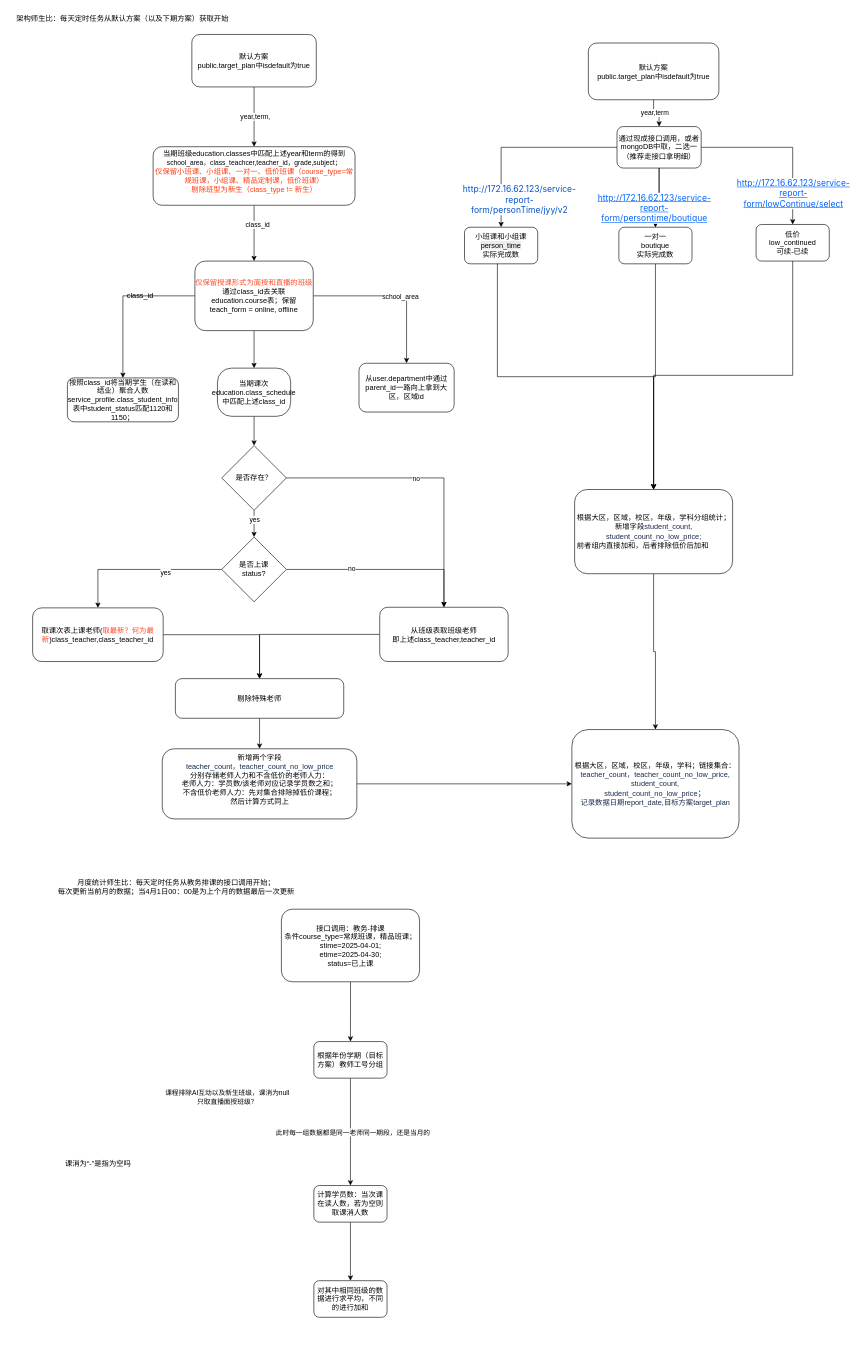
This is 师生比程序流图.drawio from KinMan-ZHR/picture-bed, a draw.io file, before an edit. Source tidied: cells renumbered, new cells numbered last; positions are measured from the earlier drawing's top-left corner, leaving out a move shared by most shapes. Both pictures are drawn from the tidied source at 61%, with x=0, y=0 at pixel (10, 10).
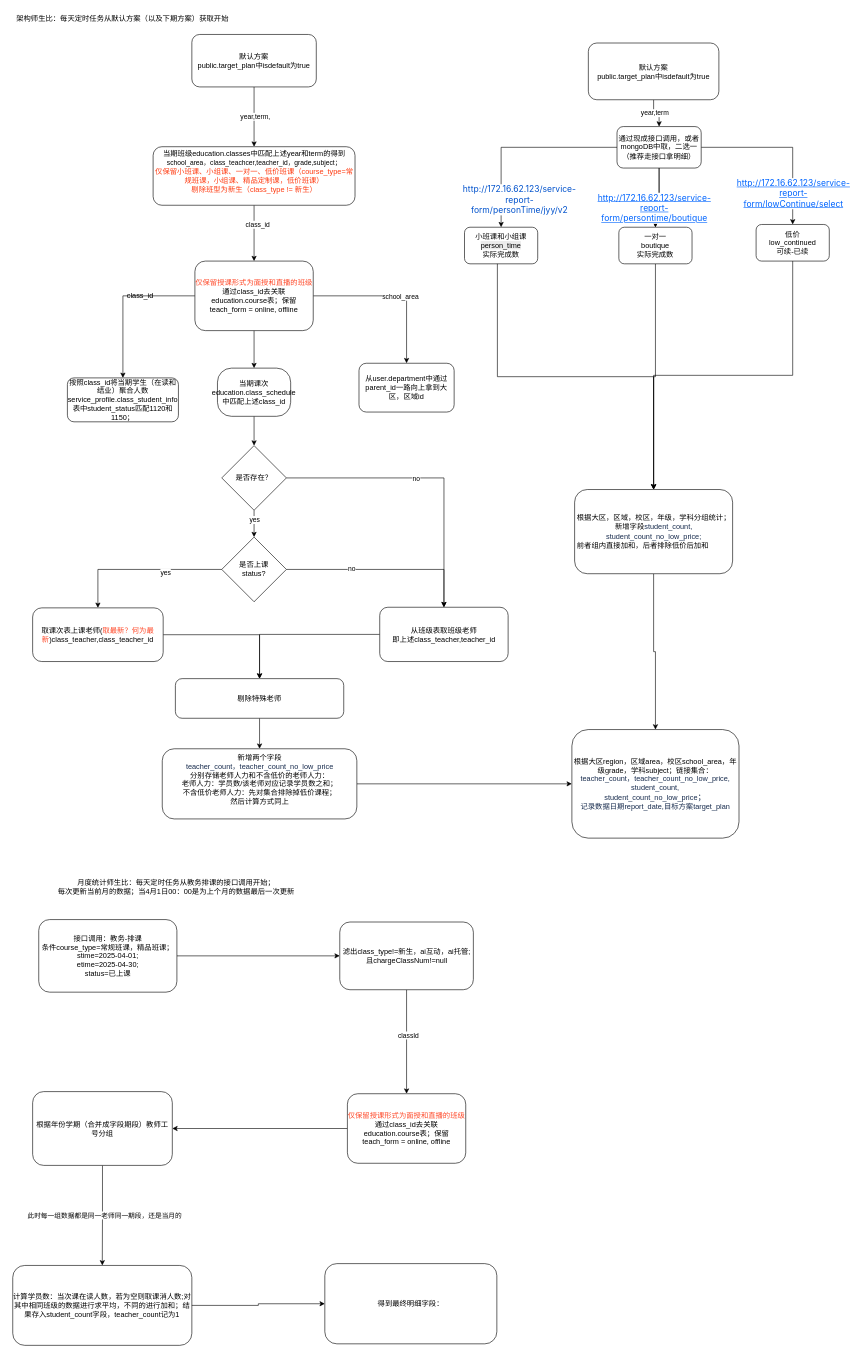
Above is the later version.

Commit message (it also covers changes not shown here):
更新师生比程序流图.drawio

What changed in the source:
```diff
@@
-    <mxCell id="9" style="edgeStyle=orthogonalEdgeStyle;rounded=0;jettySize=auto;html=1;" parent="1" edge="1" source="10" target="14">
+    <mxCell id="9" style="edgeStyle=orthogonalEdgeStyle;rounded=0;jettySize=auto;html=1;entryX=0;entryY=0.5;entryDx=0;entryDy=0;" parent="1" edge="1" source="10" target="72">
       <mxGeometry relative="1" as="geometry" />
     </mxCell>
     <mxCell id="10" value="接口调用：教务-排课&lt;div&gt;条件course_type=常规班课，精品班课；&lt;/div&gt;&lt;div&gt;stime=2025-04-01;&lt;div&gt;etime=2025-04-30;&lt;/div&gt;&lt;/div&gt;&lt;div&gt;status=已上课&lt;/div&gt;" style="rounded=1;whiteSpace=wrap;html=1;" parent="1" vertex="1">
-      <mxGeometry x="443.8" y="1473" width="226.5" height="119" as="geometry" />
+      <mxGeometry x="46" y="1490" width="226.5" height="119" as="geometry" />
     </mxCell>
@@
-    <mxCell id="14" value="根据年份学期（目标方案）教师工号分组" style="rounded=1;whiteSpace=wrap;html=1;" parent="1" vertex="1">
-      <mxGeometry x="497" y="1690" width="120" height="60" as="geometry" />
+    <mxCell id="14" value="根据年份学期（合并成字段期段）教师工号分组" style="rounded=1;whiteSpace=wrap;html=1;" parent="1" vertex="1">
+      <mxGeometry x="36" y="1772" width="229" height="121" as="geometry" />
     </mxCell>
-    <mxCell id="15" style="edgeStyle=orthogonalEdgeStyle;rounded=0;jettySize=auto;html=1;" parent="1" edge="1" source="16" target="18">
-      <mxGeometry relative="1" as="geometry" />
-    </mxCell>
-    <mxCell id="16" value="计算学员数：当次课在读人数，若为空则取课消人数" style="whiteSpace=wrap;html=1;rounded=1;" parent="1" vertex="1">
-      <mxGeometry x="497" y="1926" width="120" height="60" as="geometry" />
+    <mxCell id="16" value="计算学员数：当次课在读人数，若为空则取课消人数;对其中相同班级的数据进行求平均，不同的进行加和；结果存入student_count字段，teacher_count记为1" style="whiteSpace=wrap;html=1;rounded=1;" parent="1" vertex="1">
+      <mxGeometry x="3.4" y="2057" width="293.6" height="131" as="geometry" />
     </mxCell>
@@
-    <mxCell id="18" value="对其中相同班级的数据进行求平均，不同的进行加和" style="whiteSpace=wrap;html=1;rounded=1;" parent="1" vertex="1">
-      <mxGeometry x="497" y="2082" width="120" height="60" as="geometry" />
-    </mxCell>
-    <mxCell id="19" value="&lt;span style=&quot;font-size: 11px; background-color: rgb(255, 255, 255);&quot;&gt;课程排除AI互动以及新生班级，课消为null&lt;/span&gt;&lt;div&gt;&lt;span style=&quot;font-size: 11px; background-color: rgb(255, 255, 255);&quot;&gt;只取直播面授班级？&lt;/span&gt;&lt;/div&gt;" style="text;html=1;align=center;verticalAlign=middle;strokeColor=none;fillColor=none;" parent="1" vertex="1">
-      <mxGeometry x="244" y="1760" width="222" height="41" as="geometry" />
-    </mxCell>
-    <mxCell id="20" value="课消为“-”是指为空吗" style="text;html=1;align=center;verticalAlign=middle;strokeColor=none;fillColor=none;" parent="1" vertex="1">
-      <mxGeometry x="80" y="1878" width="126" height="26" as="geometry" />
-    </mxCell>
+    <mxCell id="69" style="edgeStyle=orthogonalEdgeStyle;rounded=0;jettySize=auto;html=1;exitX=1;exitY=0.5;exitDx=0;exitDy=0;" parent="1" edge="1" source="16" target="75">
+      <mxGeometry relative="1" as="geometry" />
+    </mxCell>
@@
-    <mxCell id="65" value="根据大区，区域，校区，年级，学科；链接集合：&lt;div&gt;&lt;font face=&quot;Helvetica&quot;&gt;&lt;span style=&quot;background-color: rgb(255, 255, 255); color: rgb(23, 43, 77); text-align: start;&quot;&gt;teacher_count，&lt;/span&gt;&lt;span style=&quot;background-color: rgb(255, 255, 255); color: rgb(23, 43, 77); text-align: start;&quot;&gt;teacher_count_no_low_price,&lt;/span&gt;&lt;/font&gt;&lt;/div&gt;&lt;div&gt;&lt;span style=&quot;color: rgb(23, 43, 77); text-align: start;&quot;&gt;&lt;div style=&quot;color: rgb(0, 0, 0); text-align: center;&quot;&gt;&lt;span style=&quot;color: rgb(23, 43, 77); text-align: left;&quot;&gt;&lt;font face=&quot;Helvetica&quot;&gt;student_count,&lt;/font&gt;&lt;/span&gt;&lt;/div&gt;&lt;div style=&quot;color: rgb(0, 0, 0); text-align: center;&quot;&gt;&lt;span style=&quot;color: rgb(23, 43, 77); text-align: left;&quot;&gt;&lt;font face=&quot;Helvetica&quot; style=&quot;&quot;&gt;student_count_no_low_price&lt;/font&gt;&lt;/span&gt;&lt;span style=&quot;font-family: SFMono-Medium, &amp;quot;SF Mono&amp;quot;, &amp;quot;Segoe UI Mono&amp;quot;, &amp;quot;Roboto Mono&amp;quot;, &amp;quot;Ubuntu Mono&amp;quot;, Menlo, Courier, monospace; font-size: 14px; color: rgb(23, 43, 77); text-align: left;&quot;&gt;；&lt;/span&gt;&lt;/div&gt;&lt;div style=&quot;color: rgb(0, 0, 0); text-align: center;&quot;&gt;&lt;span style=&quot;color: rgb(23, 43, 77); text-align: left;&quot;&gt;&lt;font face=&quot;Helvetica&quot;&gt;记录数据日期report_date,目标方案target_plan&lt;/font&gt;&lt;/span&gt;&lt;/div&gt;&lt;/span&gt;&lt;/div&gt;" style="whiteSpace=wrap;html=1;rounded=1;" parent="1" vertex="1">
+    <mxCell id="65" value="根据大区region，区域area，校区school_area，年级grade，学科subject；链接集合：&lt;div&gt;&lt;font face=&quot;Helvetica&quot;&gt;&lt;span style=&quot;background-color: rgb(255, 255, 255); color: rgb(23, 43, 77); text-align: start;&quot;&gt;teacher_count，&lt;/span&gt;&lt;span style=&quot;background-color: rgb(255, 255, 255); color: rgb(23, 43, 77); text-align: start;&quot;&gt;teacher_count_no_low_price,&lt;/span&gt;&lt;/font&gt;&lt;/div&gt;&lt;div&gt;&lt;span style=&quot;color: rgb(23, 43, 77); text-align: start;&quot;&gt;&lt;div style=&quot;color: rgb(0, 0, 0); text-align: center;&quot;&gt;&lt;span style=&quot;color: rgb(23, 43, 77); text-align: left;&quot;&gt;&lt;font face=&quot;Helvetica&quot;&gt;student_count,&lt;/font&gt;&lt;/span&gt;&lt;/div&gt;&lt;div style=&quot;color: rgb(0, 0, 0); text-align: center;&quot;&gt;&lt;span style=&quot;color: rgb(23, 43, 77); text-align: left;&quot;&gt;&lt;font face=&quot;Helvetica&quot; style=&quot;&quot;&gt;student_count_no_low_price&lt;/font&gt;&lt;/span&gt;&lt;span style=&quot;font-family: SFMono-Medium, &amp;quot;SF Mono&amp;quot;, &amp;quot;Segoe UI Mono&amp;quot;, &amp;quot;Roboto Mono&amp;quot;, &amp;quot;Ubuntu Mono&amp;quot;, Menlo, Courier, monospace; font-size: 14px; color: rgb(23, 43, 77); text-align: left;&quot;&gt;；&lt;/span&gt;&lt;/div&gt;&lt;div style=&quot;color: rgb(0, 0, 0); text-align: center;&quot;&gt;&lt;span style=&quot;color: rgb(23, 43, 77); text-align: left;&quot;&gt;&lt;font face=&quot;Helvetica&quot;&gt;记录数据日期report_date,目标方案target_plan&lt;/font&gt;&lt;/span&gt;&lt;/div&gt;&lt;/span&gt;&lt;/div&gt;" style="whiteSpace=wrap;html=1;rounded=1;" parent="1" vertex="1">
       <mxGeometry x="920" y="1178.5" width="274" height="178" as="geometry" />
     </mxCell>
@@
+    <mxCell id="70" style="edgeStyle=orthogonalEdgeStyle;rounded=0;jettySize=auto;html=1;" parent="1" edge="1" source="72" target="74">
+      <mxGeometry relative="1" as="geometry" />
+    </mxCell>
+    <mxCell id="71" value="classId" style="edgeLabel;html=1;align=center;verticalAlign=middle;" parent="70" vertex="1">
+      <mxGeometry x="-0.13" y="2" relative="1" as="geometry" />
+    </mxCell>
+    <mxCell id="72" value="滤出class_type!=新生，ai互动，ai托管;&lt;div&gt;且chargeClassNum!=null&lt;/div&gt;" style="rounded=1;whiteSpace=wrap;html=1;" parent="1" vertex="1">
+      <mxGeometry x="539.5" y="1494" width="219" height="111" as="geometry" />
+    </mxCell>
+    <mxCell id="73" style="edgeStyle=orthogonalEdgeStyle;rounded=0;jettySize=auto;html=1;" parent="1" edge="1" source="74" target="14">
+      <mxGeometry relative="1" as="geometry" />
+    </mxCell>
+    <mxCell id="74" value="&lt;font style=&quot;color: rgb(255, 72, 40);&quot;&gt;仅保留授课形式为面授和直播的班级&lt;/font&gt;通过class_id去关联education.course表；保留teach_form = online, offline" style="rounded=1;whiteSpace=wrap;html=1;" parent="1" vertex="1">
+      <mxGeometry x="552" y="1775.5" width="194" height="114" as="geometry" />
+    </mxCell>
+    <mxCell id="75" value="得到最终明细字段：" style="whiteSpace=wrap;html=1;rounded=1;" parent="1" vertex="1">
+      <mxGeometry x="515" y="2054" width="282" height="131.5" as="geometry" />
+    </mxCell>
```
